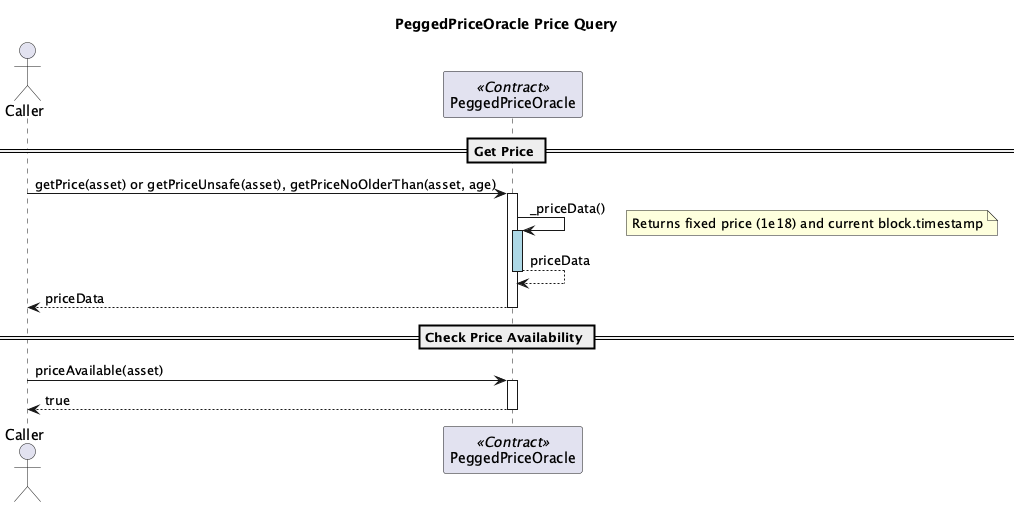
The PlantUML diagram diagrams/diag-images/extras/PeggedPriceOracle_Sequence.png in swollows/berachain-core, before a commit. Its diagram source:
```plantuml
@startuml PeggedPriceOracle_Sequence
title PeggedPriceOracle Price Query

actor Caller
participant PeggedPriceOracle <<Contract>>

== Get Price ==
Caller -> PeggedPriceOracle: getPrice(asset) or getPriceUnsafe(asset), getPriceNoOlderThan(asset, age)
activate PeggedPriceOracle
PeggedPriceOracle -> PeggedPriceOracle: _priceData()
activate PeggedPriceOracle #LightBlue
note right: Returns fixed price (1e18) and current block.timestamp
PeggedPriceOracle --> PeggedPriceOracle: priceData
deactivate PeggedPriceOracle #LightBlue
PeggedPriceOracle --> Caller: priceData
deactivate PeggedPriceOracle

== Check Price Availability ==
Caller -> PeggedPriceOracle: priceAvailable(asset)
activate PeggedPriceOracle
PeggedPriceOracle --> Caller: true
deactivate PeggedPriceOracle

@enduml
```
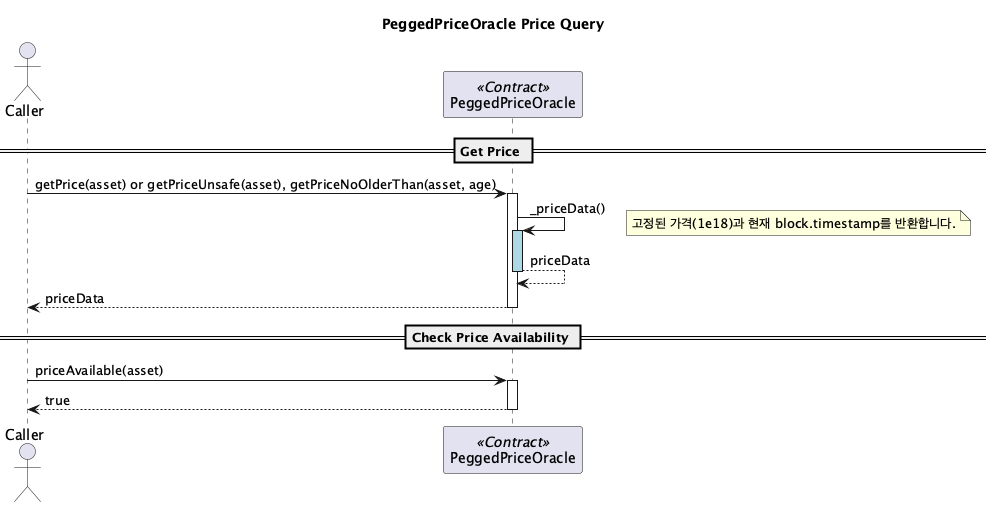
The same file after the commit.

The edit, as a diff of the source:
```diff
@@ -9,7 +9,7 @@
 activate PeggedPriceOracle
 PeggedPriceOracle -> PeggedPriceOracle: _priceData()
 activate PeggedPriceOracle #LightBlue
-note right: Returns fixed price (1e18) and current block.timestamp
+note right: 고정된 가격(1e18)과 현재 block.timestamp를 반환합니다.
 PeggedPriceOracle --> PeggedPriceOracle: priceData
 deactivate PeggedPriceOracle #LightBlue
 PeggedPriceOracle --> Caller: priceData
```
